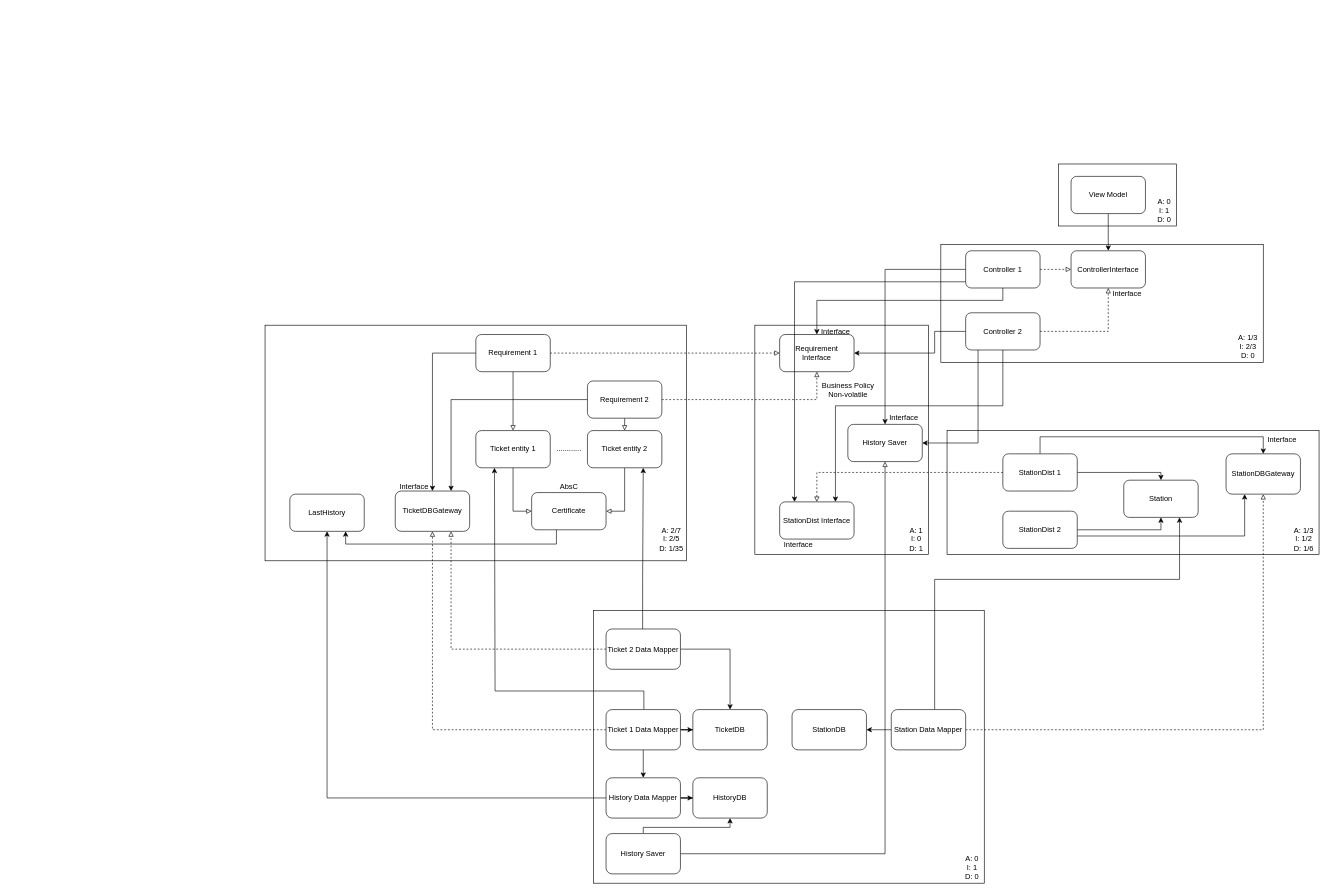
Above: AFC.drawio in piapip/clean-architecture (draw.io), before the change. Source tidied: cells renumbered, new cells numbered last; positions are measured from the earlier drawing's top-left corner, leaving out a move shared by most shapes. Both pictures are drawn from the tidied source at 62%, with x=0, y=0 at pixel (265, 164).
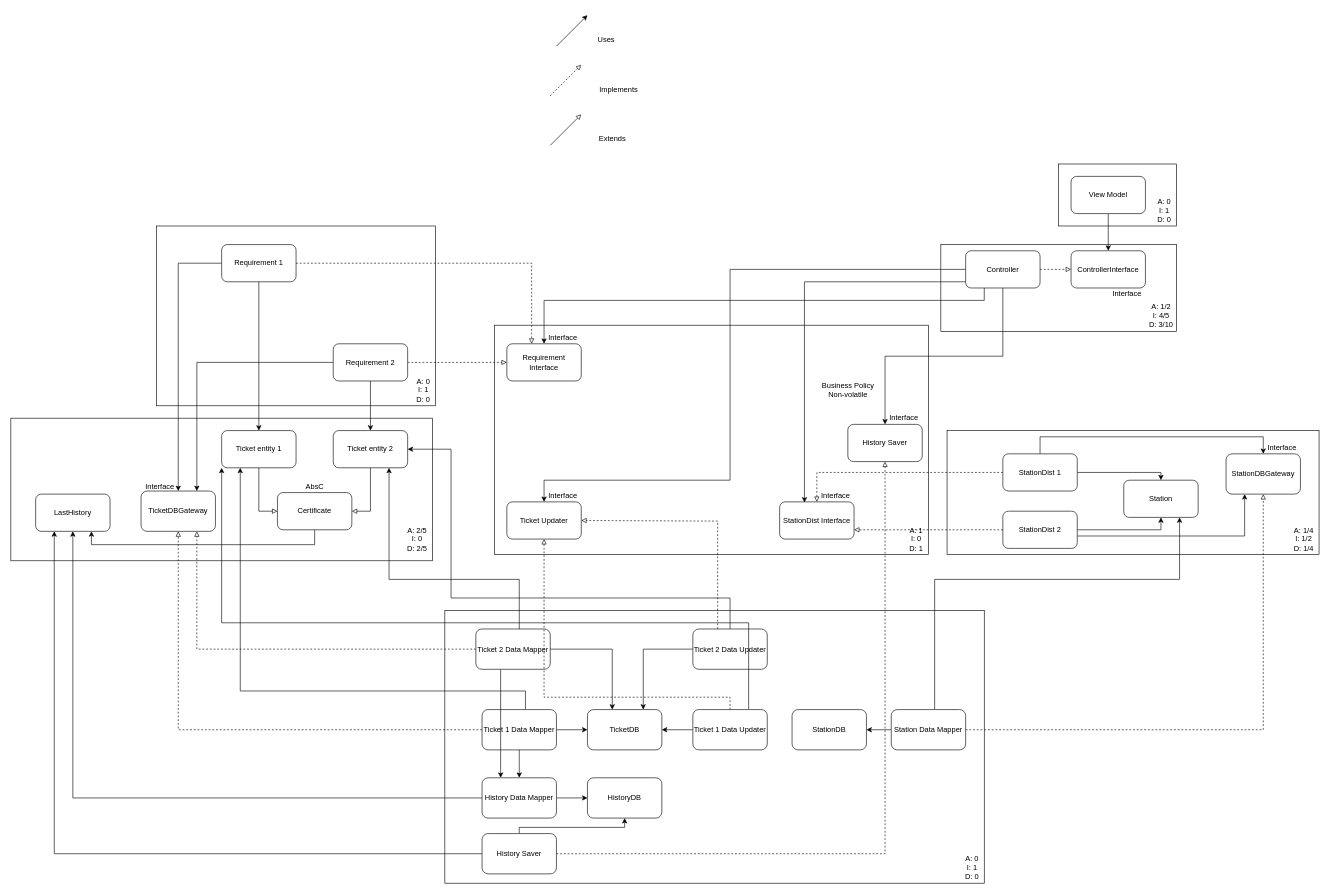
The same diagram, later.

Commit message (it also covers changes not shown here):
Implement updater interfaces.

The change refers to these unchanged cells:
```xml
<mxCell id="26" value="StationDist 2" style="rounded=1;whiteSpace=wrap;html=1;" parent="1" vertex="1">
  <mxGeometry x="1190" y="560" width="120" height="60" as="geometry" />
</mxCell>
<mxCell id="29" value="StationDist Interface" style="rounded=1;whiteSpace=wrap;html=1;" parent="1" vertex="1">
  <mxGeometry x="830" y="545" width="120" height="60" as="geometry" />
</mxCell>
<mxCell id="65" value="ControllerInterface" style="rounded=1;whiteSpace=wrap;html=1;" parent="1" vertex="1">
  <mxGeometry x="1300" y="140" width="120" height="60" as="geometry" />
</mxCell>
<mxCell id="76" value="History Saver" style="rounded=1;whiteSpace=wrap;html=1;" parent="1" vertex="1">
  <mxGeometry x="940" y="420" width="120" height="60" as="geometry" />
</mxCell>
```

Diff of the diagram source:
```diff
@@
+    <mxCell id="87" style="rounded=0;whiteSpace=wrap;html=1;" parent="1" vertex="1">
+      <mxGeometry x="-175" y="100" width="450" height="290" as="geometry" />
+    </mxCell>
     <mxCell id="2" style="rounded=0;whiteSpace=wrap;html=1;" parent="1" vertex="1">
-      <mxGeometry x="790" y="260" width="280" height="370" as="geometry" />
+      <mxGeometry x="370" y="260" width="700" height="370" as="geometry" />
     </mxCell>
@@
     <mxCell id="4" style="rounded=0;whiteSpace=wrap;html=1;" parent="1" vertex="1">
-      <mxGeometry y="260" width="680" height="380" as="geometry" />
+      <mxGeometry x="-410" y="410" width="680" height="230" as="geometry" />
     </mxCell>
     <mxCell id="5" style="edgeStyle=orthogonalEdgeStyle;rounded=0;jettySize=auto;html=1;entryX=0.75;entryY=1;entryDx=0;entryDy=0;" parent="1" edge="1" source="6" target="75">
       <mxGeometry relative="1" as="geometry">
         <Array as="points">
-          <mxPoint x="470" y="613" />
-          <mxPoint x="130" y="613" />
+          <mxPoint x="80" y="614" />
+          <mxPoint x="-280" y="614" />
         </Array>
       </mxGeometry>
     </mxCell>
     <mxCell id="6" value="Certificate" style="rounded=1;whiteSpace=wrap;html=1;" parent="1" vertex="1">
-      <mxGeometry x="430" y="530" width="120" height="60" as="geometry" />
+      <mxGeometry x="20" y="530" width="120" height="60" as="geometry" />
     </mxCell>
@@
     <mxCell id="8" style="edgeStyle=orthogonalEdgeStyle;jettySize=auto;html=1;entryX=0;entryY=0.5;entryDx=0;entryDy=0;rounded=0;endArrow=block;endFill=0;" parent="1" edge="1" source="9" target="6">
       <mxGeometry relative="1" as="geometry">
         <Array as="points">
-          <mxPoint x="400" y="560" />
+          <mxPoint x="-10" y="560" />
         </Array>
       </mxGeometry>
     </mxCell>
     <mxCell id="9" value="Ticket entity 1" style="rounded=1;whiteSpace=wrap;html=1;" parent="1" vertex="1">
-      <mxGeometry x="340" y="430" width="120" height="60" as="geometry" />
+      <mxGeometry x="-70" y="430" width="120" height="60" as="geometry" />
     </mxCell>
@@
     <mxCell id="11" value="Ticket entity 2" style="rounded=1;whiteSpace=wrap;html=1;" parent="1" vertex="1">
-      <mxGeometry x="520" y="430" width="120" height="60" as="geometry" />
+      <mxGeometry x="110" y="430" width="120" height="60" as="geometry" />
     </mxCell>
-    <mxCell id="12" style="edgeStyle=orthogonalEdgeStyle;rounded=0;jettySize=auto;html=1;endArrow=block;endFill=0;exitX=0.5;exitY=1;exitDx=0;exitDy=0;entryX=0.5;entryY=0;entryDx=0;entryDy=0;" parent="1" edge="1" source="15" target="9">
+    <mxCell id="12" style="edgeStyle=orthogonalEdgeStyle;rounded=0;jettySize=auto;html=1;endArrow=classic;endFill=1;exitX=0.5;exitY=1;exitDx=0;exitDy=0;entryX=0.5;entryY=0;entryDx=0;entryDy=0;" parent="1" edge="1" source="15" target="9">
       <mxGeometry relative="1" as="geometry" />
     </mxCell>
     <mxCell id="13" style="edgeStyle=orthogonalEdgeStyle;rounded=0;jettySize=auto;html=1;dashed=1;endArrow=block;endFill=0;" parent="1" edge="1" source="15" target="30">
-      <mxGeometry relative="1" as="geometry" />
+      <mxGeometry relative="1" as="geometry">
+        <Array as="points">
+          <mxPoint x="430" y="160" />
+        </Array>
+      </mxGeometry>
     </mxCell>
@@
     <mxCell id="15" value="Requirement 1" style="rounded=1;whiteSpace=wrap;html=1;" parent="1" vertex="1">
-      <mxGeometry x="340" y="275" width="120" height="60" as="geometry" />
+      <mxGeometry x="-70" y="130" width="120" height="60" as="geometry" />
     </mxCell>
-    <mxCell id="16" style="edgeStyle=orthogonalEdgeStyle;rounded=0;jettySize=auto;html=1;entryX=0.5;entryY=0;entryDx=0;entryDy=0;endArrow=block;endFill=0;exitX=0.5;exitY=1;exitDx=0;exitDy=0;" parent="1" edge="1" source="19" target="11">
+    <mxCell id="16" style="edgeStyle=orthogonalEdgeStyle;rounded=0;jettySize=auto;html=1;entryX=0.5;entryY=0;entryDx=0;entryDy=0;endArrow=classic;endFill=1;exitX=0.5;exitY=1;exitDx=0;exitDy=0;" parent="1" edge="1" source="19" target="11">
       <mxGeometry relative="1" as="geometry" />
     </mxCell>
@@
     <mxCell id="19" value="Requirement 2" style="rounded=1;whiteSpace=wrap;html=1;" parent="1" vertex="1">
-      <mxGeometry x="520" y="350" width="120" height="60" as="geometry" />
+      <mxGeometry x="110" y="290" width="120" height="60" as="geometry" />
     </mxCell>
@@
+    <mxCell id="88" style="edgeStyle=orthogonalEdgeStyle;rounded=0;jettySize=auto;html=1;entryX=1;entryY=0.75;entryDx=0;entryDy=0;endArrow=block;endFill=0;dashed=1;" parent="1" edge="1" source="26" target="29">
+      <mxGeometry relative="1" as="geometry" />
+    </mxCell>
@@
-    <mxCell id="27" value="............" style="text;html=1;align=center;verticalAlign=middle;" parent="1" vertex="1">
-      <mxGeometry x="460" y="450" width="60" height="20" as="geometry" />
-    </mxCell>
@@
     <mxCell id="30" value="Requirement Interface" style="rounded=1;whiteSpace=wrap;html=1;" parent="1" vertex="1">
-      <mxGeometry x="830" y="275" width="120" height="60" as="geometry" />
+      <mxGeometry x="390" y="290" width="120" height="60" as="geometry" />
     </mxCell>
-    <mxCell id="31" value="A: 2/7&lt;br&gt;I: 2/5&lt;br&gt;D: 1/35" style="text;html=1;align=center;verticalAlign=middle;" parent="1" vertex="1">
-      <mxGeometry x="630" y="580" width="50" height="50" as="geometry" />
+    <mxCell id="31" value="A: 2/5&lt;br&gt;I: 0&lt;br&gt;D: 2/5" style="text;html=1;align=center;verticalAlign=middle;" parent="1" vertex="1">
+      <mxGeometry x="220" y="580" width="50" height="50" as="geometry" />
     </mxCell>
-    <mxCell id="32" value="A: 1/3&lt;br&gt;I: 1/2&lt;br&gt;D: 1/6" style="text;html=1;align=center;verticalAlign=middle;" parent="1" vertex="1">
+    <mxCell id="32" value="A: 1/4&lt;br&gt;I: 1/2&lt;br&gt;D: 1/4" style="text;html=1;align=center;verticalAlign=middle;" parent="1" vertex="1">
       <mxGeometry x="1650" y="580" width="50" height="50" as="geometry" />
     </mxCell>
@@
     <mxCell id="34" value="Interface" style="text;html=1;align=center;verticalAlign=middle;" parent="1" vertex="1">
-      <mxGeometry x="830" y="605" width="60" height="20" as="geometry" />
+      <mxGeometry x="890" y="525" width="60" height="20" as="geometry" />
     </mxCell>
     <mxCell id="35" value="Interface" style="text;html=1;align=center;verticalAlign=middle;" parent="1" vertex="1">
-      <mxGeometry x="890" y="260" width="60" height="20" as="geometry" />
+      <mxGeometry x="450" y="270" width="60" height="20" as="geometry" />
     </mxCell>
     <mxCell id="36" value="AbsC" style="text;html=1;align=center;verticalAlign=middle;" parent="1" vertex="1">
-      <mxGeometry x="470" y="510" width="40" height="20" as="geometry" />
+      <mxGeometry x="60" y="510" width="40" height="20" as="geometry" />
     </mxCell>
     <mxCell id="37" style="rounded=0;whiteSpace=wrap;html=1;" parent="1" vertex="1">
-      <mxGeometry x="530" y="720" width="630" height="440" as="geometry" />
+      <mxGeometry x="290" y="720" width="870" height="440" as="geometry" />
     </mxCell>
@@
     <mxCell id="43" value="Interface" style="text;html=1;align=center;verticalAlign=middle;" parent="1" vertex="1">
-      <mxGeometry x="1610" y="435" width="60" height="20" as="geometry" />
+      <mxGeometry x="1610" y="447.5" width="60" height="20" as="geometry" />
     </mxCell>
@@
     <mxCell id="47" style="edgeStyle=orthogonalEdgeStyle;rounded=0;jettySize=auto;html=1;entryX=0.25;entryY=1;entryDx=0;entryDy=0;" parent="1" edge="1" source="48" target="9">
       <mxGeometry relative="1" as="geometry">
         <Array as="points">
-          <mxPoint x="611" y="850" />
-          <mxPoint x="371" y="850" />
+          <mxPoint x="420" y="850" />
+          <mxPoint x="-40" y="850" />
         </Array>
       </mxGeometry>
     </mxCell>
     <mxCell id="48" value="Ticket 1 Data Mapper" style="rounded=1;whiteSpace=wrap;html=1;" parent="1" vertex="1">
-      <mxGeometry x="550" y="880" width="120" height="65" as="geometry" />
+      <mxGeometry x="350" y="880" width="120" height="65" as="geometry" />
     </mxCell>
     <mxCell id="49" value="TicketDBGateway" style="rounded=1;whiteSpace=wrap;html=1;" parent="1" vertex="1">
-      <mxGeometry x="210" y="527.5" width="120" height="65" as="geometry" />
+      <mxGeometry x="-200" y="527.5" width="120" height="65" as="geometry" />
     </mxCell>
     <mxCell id="50" value="Interface" style="text;html=1;align=center;verticalAlign=middle;" parent="1" vertex="1">
-      <mxGeometry x="210" y="510" width="60" height="20" as="geometry" />
+      <mxGeometry x="-200" y="510" width="60" height="20" as="geometry" />
     </mxCell>
@@
     <mxCell id="52" style="rounded=0;whiteSpace=wrap;html=1;" parent="1" vertex="1">
-      <mxGeometry x="1090" y="130" width="520" height="190" as="geometry" />
+      <mxGeometry x="1090" y="130" width="380" height="140" as="geometry" />
     </mxCell>
     <mxCell id="53" style="edgeStyle=orthogonalEdgeStyle;rounded=0;jettySize=auto;html=1;endArrow=classic;endFill=1;" parent="1" edge="1" source="56" target="30">
       <mxGeometry relative="1" as="geometry">
         <Array as="points">
-          <mxPoint x="1190" y="220" />
-          <mxPoint x="890" y="220" />
+          <mxPoint x="1160" y="220" />
+          <mxPoint x="450" y="220" />
         </Array>
       </mxGeometry>
     </mxCell>
@@
     <mxCell id="55" style="edgeStyle=orthogonalEdgeStyle;rounded=0;jettySize=auto;html=1;" parent="1" edge="1" source="56" target="76">
-      <mxGeometry relative="1" as="geometry" />
+      <mxGeometry relative="1" as="geometry">
+        <Array as="points">
+          <mxPoint x="1190" y="310" />
+          <mxPoint x="1000" y="310" />
+        </Array>
+      </mxGeometry>
     </mxCell>
+    <mxCell id="89" style="edgeStyle=orthogonalEdgeStyle;rounded=0;jettySize=auto;html=1;entryX=0.5;entryY=0;entryDx=0;entryDy=0;endArrow=classic;endFill=1;" parent="1" edge="1" source="56" target="107">
+      <mxGeometry relative="1" as="geometry">
+        <Array as="points">
+          <mxPoint x="750" y="170" />
+          <mxPoint x="750" y="510" />
+          <mxPoint x="450" y="510" />
+        </Array>
+      </mxGeometry>
+    </mxCell>
-    <mxCell id="56" value="Controller 1" style="rounded=1;whiteSpace=wrap;html=1;" parent="1" vertex="1">
+    <mxCell id="56" value="Controller" style="rounded=1;whiteSpace=wrap;html=1;" parent="1" vertex="1">
       <mxGeometry x="1130" y="140" width="120" height="60" as="geometry" />
     </mxCell>
-    <mxCell id="57" style="edgeStyle=orthogonalEdgeStyle;rounded=0;jettySize=auto;html=1;entryX=1;entryY=0.5;entryDx=0;entryDy=0;endArrow=classic;endFill=1;" parent="1" edge="1" source="60" target="30">
-      <mxGeometry relative="1" as="geometry">
-        <Array as="points">
-          <mxPoint x="1080" y="270" />
-          <mxPoint x="1080" y="305" />
-        </Array>
-      </mxGeometry>
-    </mxCell>
-    <mxCell id="58" style="edgeStyle=orthogonalEdgeStyle;rounded=0;jettySize=auto;html=1;dashed=1;endArrow=block;endFill=0;" parent="1" edge="1" source="60" target="65">
-      <mxGeometry relative="1" as="geometry" />
-    </mxCell>
-    <mxCell id="59" style="edgeStyle=orthogonalEdgeStyle;rounded=0;jettySize=auto;html=1;entryX=1;entryY=0.5;entryDx=0;entryDy=0;" parent="1" edge="1" source="60" target="76">
-      <mxGeometry relative="1" as="geometry">
-        <Array as="points">
-          <mxPoint x="1150" y="450" />
-        </Array>
-      </mxGeometry>
-    </mxCell>
-    <mxCell id="60" value="Controller 2" style="rounded=1;whiteSpace=wrap;html=1;" parent="1" vertex="1">
-      <mxGeometry x="1130" y="240" width="120" height="60" as="geometry" />
-    </mxCell>
-    <mxCell id="61" value="A: 1/3&lt;br&gt;I: 2/3&lt;br&gt;D: 0" style="text;html=1;align=center;verticalAlign=middle;" parent="1" vertex="1">
-      <mxGeometry x="1560" y="270" width="50" height="50" as="geometry" />
+    <mxCell id="61" value="A: 1/2&lt;br&gt;I: 4/5&lt;br&gt;D: 3/10" style="text;html=1;align=center;verticalAlign=middle;" parent="1" vertex="1">
+      <mxGeometry x="1420" y="220" width="50" height="50" as="geometry" />
     </mxCell>
@@
     <mxCell id="68" value="TicketDB" style="rounded=1;whiteSpace=wrap;html=1;" parent="1" vertex="1">
-      <mxGeometry x="690" y="880" width="120" height="65" as="geometry" />
+      <mxGeometry x="520" y="880" width="120" height="65" as="geometry" />
     </mxCell>
@@
     <mxCell id="73" value="History Data Mapper" style="rounded=1;whiteSpace=wrap;html=1;" parent="1" vertex="1">
-      <mxGeometry x="550" y="990" width="120" height="65" as="geometry" />
+      <mxGeometry x="350" y="990" width="120" height="65" as="geometry" />
     </mxCell>
     <mxCell id="74" value="HistoryDB" style="rounded=1;whiteSpace=wrap;html=1;" parent="1" vertex="1">
-      <mxGeometry x="690" y="990" width="120" height="65" as="geometry" />
+      <mxGeometry x="520" y="990" width="120" height="65" as="geometry" />
     </mxCell>
     <mxCell id="75" value="LastHistory" style="rounded=1;whiteSpace=wrap;html=1;" parent="1" vertex="1">
-      <mxGeometry x="40" y="532.5" width="120" height="60" as="geometry" />
+      <mxGeometry x="-370" y="532.5" width="120" height="60" as="geometry" />
     </mxCell>
@@
-    <mxCell id="77" style="edgeStyle=orthogonalEdgeStyle;rounded=0;jettySize=auto;html=1;entryX=0.2;entryY=0;entryDx=0;entryDy=0;entryPerimeter=0;endArrow=classic;endFill=1;" parent="1" edge="1" source="56" target="29">
+    <mxCell id="77" style="edgeStyle=orthogonalEdgeStyle;rounded=0;jettySize=auto;html=1;endArrow=classic;endFill=1;" parent="1" edge="1" source="56">
       <mxGeometry relative="1" as="geometry">
+        <mxPoint x="870" y="546" as="targetPoint" />
         <Array as="points">
-          <mxPoint x="854" y="190" />
+          <mxPoint x="870" y="190" />
+          <mxPoint x="870" y="546" />
         </Array>
       </mxGeometry>
     </mxCell>
-    <mxCell id="78" style="edgeStyle=orthogonalEdgeStyle;rounded=0;jettySize=auto;html=1;endArrow=classic;endFill=1;entryX=0.75;entryY=0;entryDx=0;entryDy=0;" parent="1" edge="1" source="60" target="29">
-      <mxGeometry relative="1" as="geometry">
-        <Array as="points">
-          <mxPoint x="1190" y="390" />
-          <mxPoint x="920" y="390" />
-        </Array>
-      </mxGeometry>
-    </mxCell>
@@
     <mxCell id="80" style="edgeStyle=orthogonalEdgeStyle;rounded=0;jettySize=auto;html=1;entryX=0.5;entryY=1;entryDx=0;entryDy=0;" parent="1" edge="1" source="82" target="74">
       <mxGeometry relative="1" as="geometry">
         <Array as="points">
-          <mxPoint x="610" y="1070" />
-          <mxPoint x="750" y="1070" />
+          <mxPoint x="410" y="1070" />
+          <mxPoint x="580" y="1070" />
         </Array>
       </mxGeometry>
     </mxCell>
-    <mxCell id="81" style="edgeStyle=orthogonalEdgeStyle;rounded=0;jettySize=auto;html=1;endArrow=block;endFill=0;" parent="1" edge="1" source="82" target="76">
+    <mxCell id="81" style="edgeStyle=orthogonalEdgeStyle;rounded=0;jettySize=auto;html=1;endArrow=block;endFill=0;dashed=1;" parent="1" edge="1" source="82" target="76">
       <mxGeometry relative="1" as="geometry" />
     </mxCell>
+    <mxCell id="90" style="edgeStyle=orthogonalEdgeStyle;rounded=0;jettySize=auto;html=1;entryX=0.25;entryY=1;entryDx=0;entryDy=0;endArrow=classic;endFill=1;" parent="1" edge="1" source="82" target="75">
+      <mxGeometry relative="1" as="geometry" />
+    </mxCell>
     <mxCell id="82" value="History Saver" style="rounded=1;whiteSpace=wrap;html=1;" parent="1" vertex="1">
-      <mxGeometry x="550" y="1080" width="120" height="65" as="geometry" />
+      <mxGeometry x="350" y="1080" width="120" height="65" as="geometry" />
     </mxCell>
     <mxCell id="83" style="edgeStyle=orthogonalEdgeStyle;rounded=0;jettySize=auto;html=1;entryX=0.75;entryY=1;entryDx=0;entryDy=0;" parent="1" edge="1" source="86" target="11">
       <mxGeometry relative="1" as="geometry">
         <Array as="points">
-          <mxPoint x="609" y="670" />
-          <mxPoint x="609" y="670" />
+          <mxPoint x="410" y="670" />
+          <mxPoint x="200" y="670" />
         </Array>
       </mxGeometry>
     </mxCell>
@@
-    <mxCell id="85" style="edgeStyle=orthogonalEdgeStyle;rounded=0;jettySize=auto;html=1;entryX=0.5;entryY=0;entryDx=0;entryDy=0;" parent="1" edge="1" source="86" target="68">
-      <mxGeometry relative="1" as="geometry" />
+    <mxCell id="85" style="edgeStyle=orthogonalEdgeStyle;rounded=0;jettySize=auto;html=1;" parent="1" edge="1" source="86">
+      <mxGeometry relative="1" as="geometry">
+        <mxPoint x="560" y="880" as="targetPoint" />
+        <Array as="points">
+          <mxPoint x="560" y="782" />
+          <mxPoint x="560" y="880" />
+        </Array>
+      </mxGeometry>
     </mxCell>
+    <mxCell id="91" style="edgeStyle=orthogonalEdgeStyle;rounded=0;jettySize=auto;html=1;entryX=0.25;entryY=0;entryDx=0;entryDy=0;endArrow=classic;endFill=1;" parent="1" edge="1" source="86" target="73">
+      <mxGeometry relative="1" as="geometry">
+        <Array as="points">
+          <mxPoint x="380" y="850" />
+          <mxPoint x="380" y="850" />
+        </Array>
+      </mxGeometry>
+    </mxCell>
     <mxCell id="86" value="Ticket 2 Data Mapper" style="rounded=1;whiteSpace=wrap;html=1;" parent="1" vertex="1">
-      <mxGeometry x="550" y="750" width="120" height="65" as="geometry" />
+      <mxGeometry x="340" y="750" width="120" height="65" as="geometry" />
     </mxCell>
+    <mxCell id="92" style="endArrow=classic;html=1;" parent="1" edge="1">
+      <mxGeometry relative="1" as="geometry">
+        <mxPoint x="470" y="-190" as="sourcePoint" />
+        <mxPoint x="520" y="-240" as="targetPoint" />
+      </mxGeometry>
+    </mxCell>
+    <mxCell id="93" style="endArrow=block;html=1;dashed=1;endFill=0;" parent="1" edge="1">
+      <mxGeometry relative="1" as="geometry">
+        <mxPoint x="460" y="-110" as="sourcePoint" />
+        <mxPoint x="510" y="-160" as="targetPoint" />
+      </mxGeometry>
+    </mxCell>
+    <mxCell id="94" style="endArrow=block;html=1;endFill=0;" parent="1" edge="1">
+      <mxGeometry relative="1" as="geometry">
+        <mxPoint x="460" y="-30" as="sourcePoint" />
+        <mxPoint x="510" y="-80" as="targetPoint" />
+      </mxGeometry>
+    </mxCell>
+    <mxCell id="95" value="Uses" style="text;html=1;align=center;verticalAlign=middle;" parent="1" vertex="1">
+      <mxGeometry x="530" y="-210" width="40" height="20" as="geometry" />
+    </mxCell>
+    <mxCell id="96" value="Implements" style="text;html=1;align=center;verticalAlign=middle;" parent="1" vertex="1">
+      <mxGeometry x="530" y="-130" width="80" height="20" as="geometry" />
+    </mxCell>
+    <mxCell id="97" value="Extends" style="text;html=1;align=center;verticalAlign=middle;" parent="1" vertex="1">
+      <mxGeometry x="530" y="-50" width="60" height="20" as="geometry" />
+    </mxCell>
+    <mxCell id="98" value="Interface" style="text;html=1;align=center;verticalAlign=middle;" parent="1" vertex="1">
+      <mxGeometry x="450" y="525" width="60" height="20" as="geometry" />
+    </mxCell>
+    <mxCell id="99" style="edgeStyle=orthogonalEdgeStyle;rounded=0;jettySize=auto;html=1;entryX=0.75;entryY=0;entryDx=0;entryDy=0;" parent="1" edge="1" source="102" target="68">
+      <mxGeometry relative="1" as="geometry" />
+    </mxCell>
+    <mxCell id="100" style="edgeStyle=orthogonalEdgeStyle;rounded=0;jettySize=auto;html=1;entryX=1;entryY=0.5;entryDx=0;entryDy=0;endArrow=classic;endFill=1;" parent="1" edge="1" source="102" target="11">
+      <mxGeometry relative="1" as="geometry">
+        <Array as="points">
+          <mxPoint x="750" y="700" />
+          <mxPoint x="300" y="700" />
+          <mxPoint x="300" y="460" />
+        </Array>
+      </mxGeometry>
+    </mxCell>
+    <mxCell id="101" style="edgeStyle=orthogonalEdgeStyle;rounded=0;jettySize=auto;html=1;entryX=1;entryY=0.5;entryDx=0;entryDy=0;endArrow=block;endFill=0;dashed=1;" parent="1" edge="1" source="102" target="107">
+      <mxGeometry relative="1" as="geometry">
+        <Array as="points">
+          <mxPoint x="730" y="576" />
+        </Array>
+      </mxGeometry>
+    </mxCell>
+    <mxCell id="102" value="Ticket 2 Data Updater" style="rounded=1;whiteSpace=wrap;html=1;" parent="1" vertex="1">
+      <mxGeometry x="690" y="750" width="120" height="65" as="geometry" />
+    </mxCell>
+    <mxCell id="103" style="edgeStyle=orthogonalEdgeStyle;rounded=0;jettySize=auto;html=1;entryX=1;entryY=0.5;entryDx=0;entryDy=0;" parent="1" edge="1" source="105" target="68">
+      <mxGeometry relative="1" as="geometry" />
+    </mxCell>
+    <mxCell id="104" style="edgeStyle=orthogonalEdgeStyle;rounded=0;jettySize=auto;html=1;entryX=0;entryY=1;entryDx=0;entryDy=0;endArrow=classic;endFill=1;" parent="1" edge="1" source="105" target="9">
+      <mxGeometry relative="1" as="geometry">
+        <Array as="points">
+          <mxPoint x="780" y="740" />
+          <mxPoint x="-70" y="740" />
+        </Array>
+      </mxGeometry>
+    </mxCell>
+    <mxCell id="105" value="Ticket 1 Data Updater" style="rounded=1;whiteSpace=wrap;html=1;" parent="1" vertex="1">
+      <mxGeometry x="690" y="880" width="120" height="65" as="geometry" />
+    </mxCell>
+    <mxCell id="106" value="A: 0&lt;br&gt;I: 1&lt;br&gt;D: 0" style="text;html=1;align=center;verticalAlign=middle;" parent="1" vertex="1">
+      <mxGeometry x="235" y="340" width="40" height="50" as="geometry" />
+    </mxCell>
+    <mxCell id="107" value="Ticket Updater" style="rounded=1;whiteSpace=wrap;html=1;" parent="1" vertex="1">
+      <mxGeometry x="390" y="545" width="120" height="60" as="geometry" />
+    </mxCell>
+    <mxCell id="108" style="edgeStyle=orthogonalEdgeStyle;rounded=0;jettySize=auto;html=1;dashed=1;endArrow=block;endFill=0;" parent="1" edge="1" source="105" target="107">
+      <mxGeometry relative="1" as="geometry">
+        <Array as="points">
+          <mxPoint x="750" y="860" />
+          <mxPoint x="450" y="860" />
+        </Array>
+      </mxGeometry>
+    </mxCell>
```
